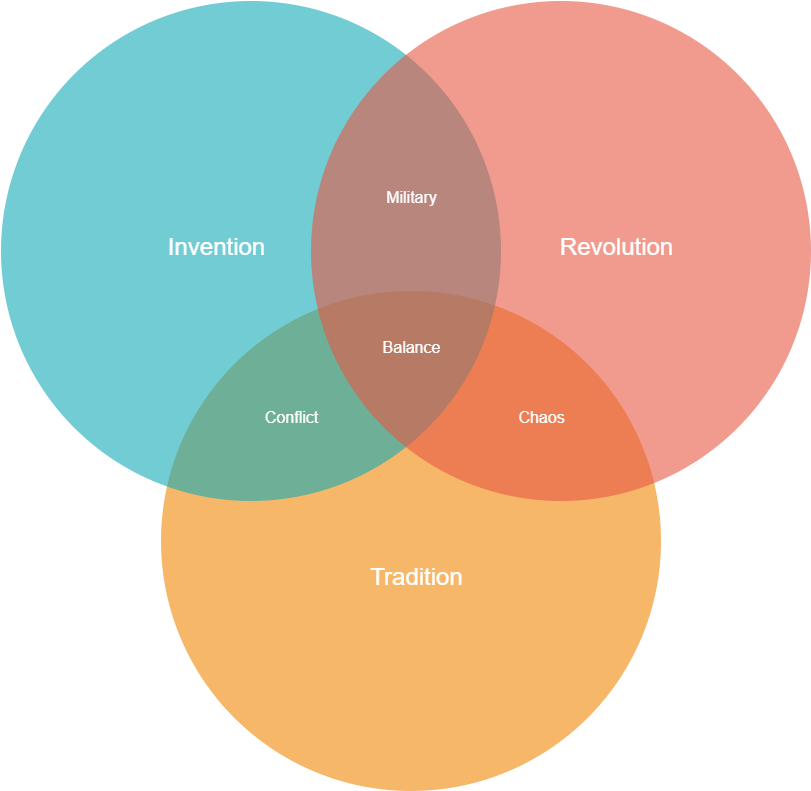
Earlier version of the draw.io export Untitled Diagram.png (jamesallen74/aspnetcore2.1-spystore). Source tidied: cells renumbered, new cells last; positions are measured from the earlier drawing's top-left corner, leaving out a move shared by most shapes.
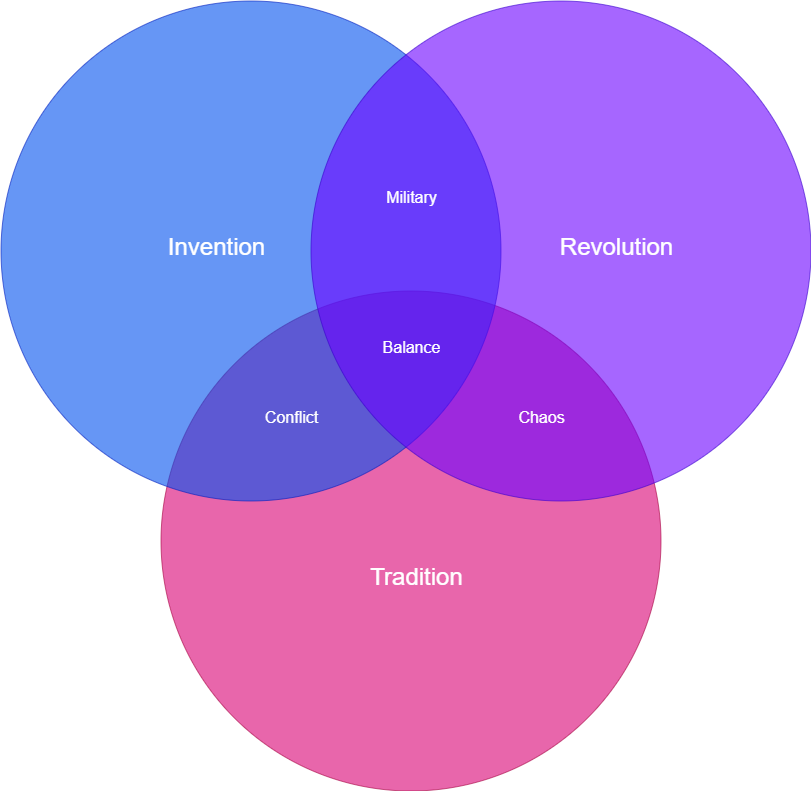
The same diagram one commit later.

The edit, as a diff of the source:
```diff
@@ -2,13 +2,13 @@
   <root>
     <mxCell id="0" />
     <mxCell id="1" parent="0" />
-    <mxCell id="2" style="ellipse;fillColor=#F08705;opacity=60;strokeColor=none;html=1;fontColor=#FFFFFF;" parent="1" vertex="1">
+    <mxCell id="2" style="ellipse;fillColor=#d80073;opacity=60;strokeColor=#A50040;html=1;fontColor=#ffffff;" parent="1" vertex="1">
       <mxGeometry x="159.5" y="290.5" width="500" height="500" as="geometry" />
     </mxCell>
-    <mxCell id="3" style="ellipse;fillColor=#12AAB5;opacity=60;strokeColor=none;html=1;fontColor=#FFFFFF;" parent="1" vertex="1">
+    <mxCell id="3" style="ellipse;fillColor=#0050ef;opacity=60;strokeColor=#001DBC;html=1;fontColor=#ffffff;" parent="1" vertex="1">
       <mxGeometry x="-0.5" y="0.5" width="500" height="500" as="geometry" />
     </mxCell>
-    <mxCell id="4" style="ellipse;fillColor=#e85642;opacity=60;strokeColor=none;html=1;fontColor=#FFFFFF;" parent="1" vertex="1">
+    <mxCell id="4" style="ellipse;fillColor=#6a00ff;opacity=60;strokeColor=#3700CC;html=1;fontColor=#ffffff;" parent="1" vertex="1">
       <mxGeometry x="309.5" y="0.5" width="500" height="500" as="geometry" />
     </mxCell>
     <mxCell id="5" value="Invention" style="text;fontSize=24;align=center;verticalAlign=middle;html=1;fontColor=#FFFFFF;" parent="1" vertex="1">
```
